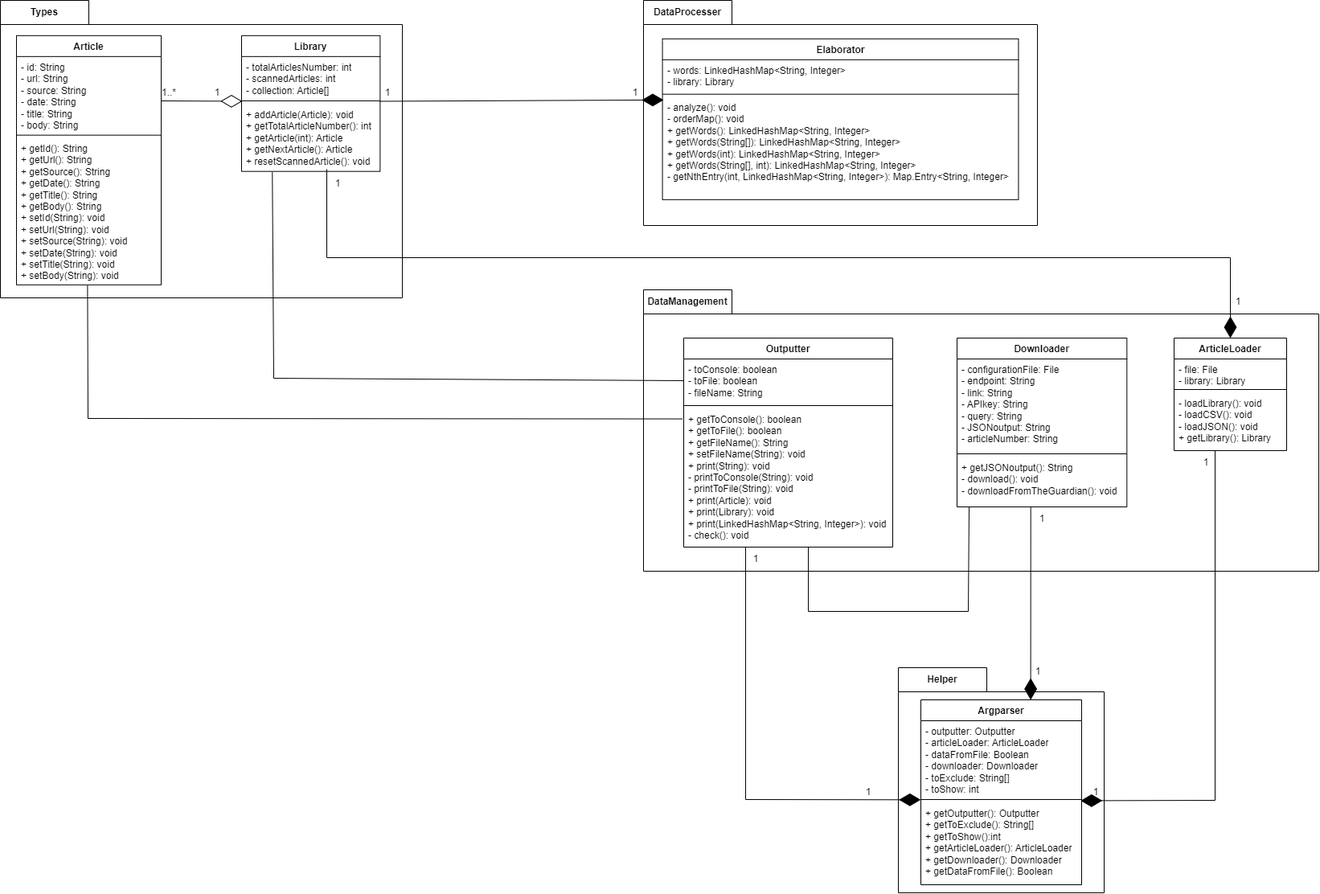
Before: src/site/UML/DesignModel.drawio.png, a diagram exported from draw.io (Magform/articleAnalyzer). Source tidied: cells renumbered, new cells last; positions are measured from the earlier drawing's top-left corner, leaving out a move shared by most shapes.
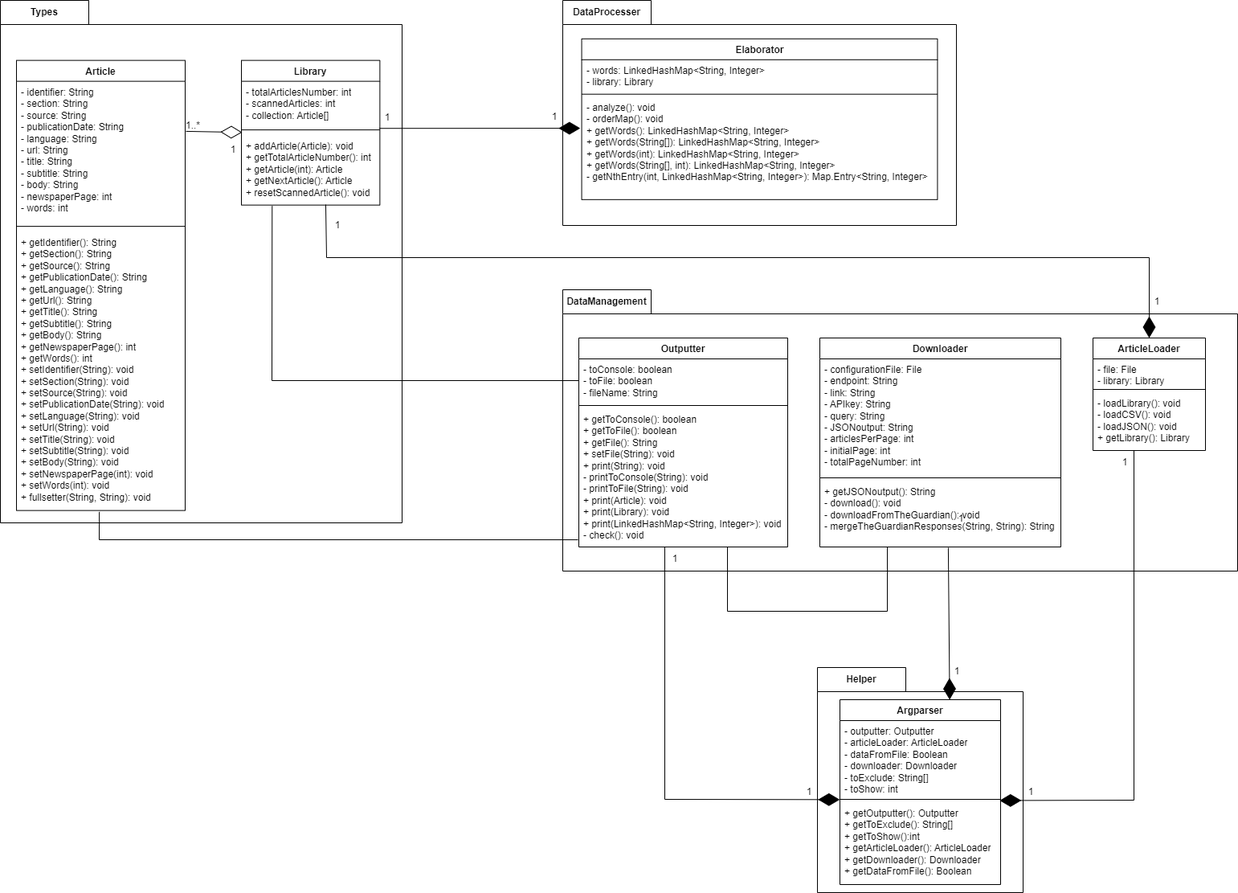
Later version of the same file.

Diff of the diagram source:
```diff
@@ -3,53 +3,51 @@
     <mxCell id="0" />
     <mxCell id="1" parent="0" />
     <mxCell id="2" value="Types" style="shape=folder;fontStyle=1;tabWidth=110;tabHeight=30;tabPosition=left;html=1;boundedLbl=1;labelInHeader=1;whiteSpace=wrap;" parent="1" vertex="1">
-      <mxGeometry width="500" height="370" as="geometry" />
+      <mxGeometry x="100" width="500" height="650" as="geometry" />
     </mxCell>
     <mxCell id="3" style="html=1;strokeColor=none;fillColor=none;whiteSpace=wrap;" parent="2" vertex="1">
-      <mxGeometry width="500" height="35.72" relative="1" as="geometry">
+      <mxGeometry width="500" height="60.83" relative="1" as="geometry">
         <mxPoint y="30" as="offset" />
       </mxGeometry>
     </mxCell>
     <mxCell id="4" value="Article" style="swimlane;fontStyle=1;align=center;verticalAlign=top;horizontal=1;startSize=26;whiteSpace=wrap;html=1;" parent="2" vertex="1">
-      <mxGeometry x="20" y="43.8" width="180" height="310" as="geometry" />
+      <mxGeometry x="20" y="74.6" width="210" height="560" as="geometry" />
     </mxCell>
-    <mxCell id="5" value="- id: String&lt;br&gt;- url: String&lt;br&gt;- source: String&lt;br&gt;- date: String&lt;br&gt;- title: String&lt;br&gt;- body: String" style="text;strokeColor=none;fillColor=none;align=left;verticalAlign=top;spacingLeft=4;spacingRight=4;overflow=hidden;points=[[0,0.5],[1,0.5]];portConstraint=eastwest;whiteSpace=wrap;html=1;" parent="4" vertex="1">
-      <mxGeometry y="26" width="180" height="94" as="geometry" />
+    <mxCell id="5" value="- identifier: String&lt;br&gt;- section: String&lt;br&gt;- source: String&lt;br&gt;- publicationDate: String&lt;br&gt;- language: String&lt;br&gt;- url: String&lt;br&gt;- title: String&lt;br&gt;- subtitle: String&lt;br&gt;- body: String&lt;br&gt;- newspaperPage: int&lt;br&gt;- words: int" style="text;strokeColor=none;fillColor=none;align=left;verticalAlign=top;spacingLeft=4;spacingRight=4;overflow=hidden;points=[[0,0.5],[1,0.5]];portConstraint=eastwest;whiteSpace=wrap;html=1;" parent="4" vertex="1">
+      <mxGeometry y="26" width="210" height="174" as="geometry" />
     </mxCell>
     <mxCell id="6" style="line;strokeWidth=1;fillColor=none;align=left;verticalAlign=middle;spacingTop=-1;spacingLeft=3;spacingRight=3;labelPosition=right;strokeColor=inherit;" parent="4" vertex="1">
-      <mxGeometry y="120" width="180" height="7.6" as="geometry" />
+      <mxGeometry y="200" width="210" height="12.9" as="geometry" />
     </mxCell>
-    <mxCell id="7" value="+ getId(): String&lt;br&gt;+&amp;nbsp;getUrl(): String&lt;br&gt;+&amp;nbsp;getSource(): String&lt;br&gt;+ getDate(): String&lt;br&gt;+&amp;nbsp;getTitle(): String&lt;br style=&quot;border-color: var(--border-color);&quot;&gt;+ getBody(): String&lt;br&gt;+ setId(String): void&lt;br style=&quot;border-color: var(--border-color);&quot;&gt;+&amp;nbsp;setUrl(String): void&lt;br&gt;+&amp;nbsp;setSource(String): void&lt;br&gt;+ setDate(String): void&lt;br&gt;+&amp;nbsp;setTitle(String): void&lt;br style=&quot;border-color: var(--border-color);&quot;&gt;+&amp;nbsp;setBody(String): void&lt;br&gt;" style="text;strokeColor=none;fillColor=none;align=left;verticalAlign=top;spacingLeft=4;spacingRight=4;overflow=hidden;points=[[0,0.5],[1,0.5]];portConstraint=eastwest;whiteSpace=wrap;html=1;" parent="4" vertex="1">
-      <mxGeometry y="127.6" width="180" height="182.4" as="geometry" />
+    <mxCell id="7" value="+ getIdentifier(): String&lt;br&gt;+ getSection(): String&lt;br&gt;+&amp;nbsp;getSource(): String&lt;br&gt;+ getPublicationDate(): String&lt;br style=&quot;border-color: var(--border-color);&quot;&gt;+ getLanguage(): String&lt;br&gt;+&amp;nbsp;getUrl(): String&lt;br&gt;+&amp;nbsp;getTitle(): String&lt;br&gt;+&amp;nbsp;getSubtitle(): String&lt;br style=&quot;border-color: var(--border-color);&quot;&gt;+ getBody(): String&lt;br&gt;+ getNewspaperPage(): int&lt;br&gt;+ getWords(): int&lt;br&gt;+ setIdentifier(String): void&lt;br&gt;+ setSection(String): void&lt;br style=&quot;border-color: var(--border-color);&quot;&gt;+&amp;nbsp;setSource(String): void&lt;br&gt;+ setPublicationDate(String): void&lt;br&gt;+ setLanguage(String): void&lt;br&gt;+&amp;nbsp;setUrl(String): void&lt;br&gt;+&amp;nbsp;setTitle(String): void&lt;br&gt;+&amp;nbsp;setSubtitle(String): void&lt;br style=&quot;border-color: var(--border-color);&quot;&gt;+&amp;nbsp;setBody(String): void&lt;br&gt;+ setNewspaperPage(int): void&lt;br&gt;+ setWords(int): void&lt;br&gt;+ fullsetter(String, String): void" style="text;strokeColor=none;fillColor=none;align=left;verticalAlign=top;spacingLeft=4;spacingRight=4;overflow=hidden;points=[[0,0.5],[1,0.5]];portConstraint=eastwest;whiteSpace=wrap;html=1;" parent="4" vertex="1">
+      <mxGeometry y="212.9" width="210" height="347.1" as="geometry" />
     </mxCell>
     <mxCell id="8" value="Library" style="swimlane;fontStyle=1;align=center;verticalAlign=top;horizontal=1;startSize=26;whiteSpace=wrap;html=1;" parent="2" vertex="1">
-      <mxGeometry x="300" y="43.8" width="172.4" height="168.9" as="geometry" />
+      <mxGeometry x="300" y="74.6" width="172.4" height="180" as="geometry" />
     </mxCell>
     <mxCell id="9" value="- totalArticlesNumber: int&lt;br&gt;- scannedArticles: int&lt;br&gt;- collection: Article[]" style="text;strokeColor=none;fillColor=none;align=left;verticalAlign=top;spacingLeft=4;spacingRight=4;overflow=hidden;points=[[0,0.5],[1,0.5]];portConstraint=eastwest;whiteSpace=wrap;html=1;" parent="8" vertex="1">
-      <mxGeometry y="26" width="172.4" height="51.3" as="geometry" />
+      <mxGeometry y="26" width="172.4" height="54" as="geometry" />
     </mxCell>
     <mxCell id="10" style="line;strokeWidth=1;fillColor=none;align=left;verticalAlign=middle;spacingTop=-1;spacingLeft=3;spacingRight=3;labelPosition=right;strokeColor=inherit;" parent="8" vertex="1">
-      <mxGeometry y="77.3" width="172.4" height="7.6" as="geometry" />
+      <mxGeometry y="80" width="172.4" height="12.9" as="geometry" />
     </mxCell>
     <mxCell id="11" value="+ addArticle(Article): void&lt;br&gt;+ getTotalArticleNumber(): int&lt;br&gt;+ getArticle(int): Article&lt;br&gt;+ getNextArticle(): Article&lt;br&gt;+ resetScannedArticle(): void" style="text;strokeColor=none;fillColor=none;align=left;verticalAlign=top;spacingLeft=4;spacingRight=4;overflow=hidden;points=[[0,0.5],[1,0.5]];portConstraint=eastwest;whiteSpace=wrap;html=1;" parent="8" vertex="1">
-      <mxGeometry y="84.9" width="172.4" height="83.9" as="geometry" />
+      <mxGeometry y="92.9" width="172.4" height="87.1" as="geometry" />
     </mxCell>
-    <mxCell id="12" style="endArrow=diamondThin;endFill=0;endSize=24;html=1;rounded=0;entryX=0.005;entryY=-0.039;entryDx=0;entryDy=0;entryPerimeter=0;" parent="2" edge="1" target="11">
-      <mxGeometry relative="1" as="geometry">
-        <mxPoint x="200" y="125" as="sourcePoint" />
-      </mxGeometry>
+    <mxCell id="12" style="endArrow=diamondThin;endFill=0;endSize=24;html=1;rounded=0;entryX=0.005;entryY=-0.039;entryDx=0;entryDy=0;entryPerimeter=0;exitX=1.005;exitY=0.358;exitDx=0;exitDy=0;exitPerimeter=0;" parent="2" edge="1" source="5" target="11">
+      <mxGeometry relative="1" as="geometry" />
     </mxCell>
     <mxCell id="13" value="1..*" style="text;html=1;strokeColor=none;fillColor=none;align=center;verticalAlign=middle;whiteSpace=wrap;rounded=0;" parent="2" vertex="1">
-      <mxGeometry x="200" y="100" width="20" height="30" as="geometry" />
+      <mxGeometry x="230" y="130" width="20" height="51.1" as="geometry" />
     </mxCell>
     <mxCell id="14" value="1" style="text;html=1;strokeColor=none;fillColor=none;align=center;verticalAlign=middle;whiteSpace=wrap;rounded=0;" parent="2" vertex="1">
-      <mxGeometry x="260" y="100" width="20" height="30" as="geometry" />
+      <mxGeometry x="280" y="160" width="20" height="51.1" as="geometry" />
     </mxCell>
     <mxCell id="15" value="1" style="text;html=1;strokeColor=none;fillColor=none;align=center;verticalAlign=middle;whiteSpace=wrap;rounded=0;" parent="2" vertex="1">
-      <mxGeometry x="410" y="212.7" width="20" height="30" as="geometry" />
+      <mxGeometry x="410" y="254.6" width="20" height="51.1" as="geometry" />
     </mxCell>
     <mxCell id="16" value="1" style="text;html=1;strokeColor=none;fillColor=none;align=center;verticalAlign=middle;whiteSpace=wrap;rounded=0;" parent="2" vertex="1">
-      <mxGeometry x="472.4" y="100" width="20" height="30" as="geometry" />
+      <mxGeometry x="472.4" y="120" width="20" height="51.1" as="geometry" />
     </mxCell>
     <mxCell id="17" value="DataProcesser" style="shape=folder;fontStyle=1;tabWidth=110;tabHeight=30;tabPosition=left;html=1;boundedLbl=1;labelInHeader=1;whiteSpace=wrap;" parent="1" vertex="1">
       <mxGeometry x="800" width="490" height="280" as="geometry" />
@@ -80,7 +78,7 @@
       </mxGeometry>
     </mxCell>
     <mxCell id="25" value="Outputter" style="swimlane;fontStyle=1;align=center;verticalAlign=top;horizontal=1;startSize=26;whiteSpace=wrap;html=1;" parent="23" vertex="1">
-      <mxGeometry x="50" y="60" width="260" height="260" as="geometry" />
+      <mxGeometry x="20" y="60" width="260" height="260" as="geometry" />
     </mxCell>
     <mxCell id="26" value="- toConsole: boolean&lt;br&gt;- toFile: boolean&lt;br&gt;- fileName: String" style="text;strokeColor=none;fillColor=none;align=left;verticalAlign=top;spacingLeft=4;spacingRight=4;overflow=hidden;points=[[0,0.5],[1,0.5]];portConstraint=eastwest;whiteSpace=wrap;html=1;" parent="25" vertex="1">
       <mxGeometry y="26" width="260" height="54" as="geometry" />
@@ -88,20 +86,20 @@
     <mxCell id="27" style="line;strokeWidth=1;fillColor=none;align=left;verticalAlign=middle;spacingTop=-1;spacingLeft=3;spacingRight=3;labelPosition=right;strokeColor=inherit;" parent="25" vertex="1">
       <mxGeometry y="80" width="260" height="8" as="geometry" />
     </mxCell>
-    <mxCell id="28" value="+ getToConsole(): boolean&lt;br style=&quot;border-color: var(--border-color);&quot;&gt;+ getToFile(): boolean&lt;br&gt;+ getFileName(): String&lt;br&gt;+ setFileName(String): void&lt;br&gt;+ print(String): void&lt;br&gt;- printToConsole(String): void&lt;br&gt;- printToFile(String): void&lt;br&gt;+ print(Article): void&lt;br&gt;+ print(Library): void&lt;br&gt;+ print(LinkedHashMap&amp;lt;String, Integer&amp;gt;): void&lt;br&gt;- check(): void" style="text;strokeColor=none;fillColor=none;align=left;verticalAlign=top;spacingLeft=4;spacingRight=4;overflow=hidden;points=[[0,0.5],[1,0.5]];portConstraint=eastwest;whiteSpace=wrap;html=1;" parent="25" vertex="1">
+    <mxCell id="28" value="+ getToConsole(): boolean&lt;br style=&quot;border-color: var(--border-color);&quot;&gt;+ getToFile(): boolean&lt;br&gt;+ getFile(): String&lt;br&gt;+ setFile(String): void&lt;br&gt;+ print(String): void&lt;br&gt;- printToConsole(String): void&lt;br&gt;- printToFile(String): void&lt;br&gt;+ print(Article): void&lt;br&gt;+ print(Library): void&lt;br&gt;+ print(LinkedHashMap&amp;lt;String, Integer&amp;gt;): void&lt;br&gt;- check(): void" style="text;strokeColor=none;fillColor=none;align=left;verticalAlign=top;spacingLeft=4;spacingRight=4;overflow=hidden;points=[[0,0.5],[1,0.5]];portConstraint=eastwest;whiteSpace=wrap;html=1;" parent="25" vertex="1">
       <mxGeometry y="88" width="260" height="172" as="geometry" />
     </mxCell>
     <mxCell id="29" value="Downloader" style="swimlane;fontStyle=1;align=center;verticalAlign=top;horizontal=1;startSize=26;whiteSpace=wrap;html=1;" parent="23" vertex="1">
-      <mxGeometry x="390" y="60" width="211.3" height="210" as="geometry" />
+      <mxGeometry x="320" y="60" width="300" height="260" as="geometry" />
     </mxCell>
-    <mxCell id="30" value="- configurationFile: File&lt;br&gt;- endpoint: String&lt;br&gt;- link: String&lt;br&gt;- APIkey: String&lt;br&gt;- query: String&lt;br&gt;- JSONoutput: String&lt;br&gt;- articleNumber: String" style="text;strokeColor=none;fillColor=none;align=left;verticalAlign=top;spacingLeft=4;spacingRight=4;overflow=hidden;whiteSpace=wrap;html=1;" parent="29" vertex="1">
-      <mxGeometry y="26" width="211.3" height="114" as="geometry" />
+    <mxCell id="30" value="- configurationFile: File&lt;br&gt;- endpoint: String&lt;br&gt;- link: String&lt;br&gt;- APIkey: String&lt;br&gt;- query: String&lt;br&gt;- JSONoutput: String&lt;br&gt;- articlesPerPage: int&lt;br&gt;- initialPage: int&lt;br&gt;- totalPageNumber: int" style="text;strokeColor=none;fillColor=none;align=left;verticalAlign=top;spacingLeft=4;spacingRight=4;overflow=hidden;whiteSpace=wrap;html=1;" parent="29" vertex="1">
+      <mxGeometry y="26" width="300" height="144" as="geometry" />
     </mxCell>
     <mxCell id="31" style="line;strokeWidth=1;fillColor=none;align=left;verticalAlign=middle;spacingTop=-1;spacingLeft=3;spacingRight=3;labelPosition=right;strokeColor=inherit;" parent="29" vertex="1">
-      <mxGeometry y="140" width="211.3" height="8" as="geometry" />
+      <mxGeometry y="170" width="300" height="8" as="geometry" />
     </mxCell>
-    <mxCell id="32" value="+ getJSONoutput(): String&lt;br&gt;- download(): void&lt;br&gt;-&amp;nbsp;downloadFromTheGuardian(): void" style="text;strokeColor=none;fillColor=none;align=left;verticalAlign=top;spacingLeft=4;spacingRight=4;overflow=hidden;points=[[0,0.5],[1,0.5]];portConstraint=eastwest;whiteSpace=wrap;html=1;" parent="29" vertex="1">
-      <mxGeometry y="148" width="211.3" height="62" as="geometry" />
+    <mxCell id="32" value="+ getJSONoutput(): String&lt;br&gt;- download(): void&lt;br&gt;-&amp;nbsp;downloadFromTheGuardian(): void&lt;br&gt;-&amp;nbsp;mergeTheGuardianResponses(String, String): String" style="text;strokeColor=none;fillColor=none;align=left;verticalAlign=top;spacingLeft=4;spacingRight=4;overflow=hidden;points=[[0,0.5],[1,0.5]];portConstraint=eastwest;whiteSpace=wrap;html=1;" parent="29" vertex="1">
+      <mxGeometry y="178" width="300" height="82" as="geometry" />
     </mxCell>
     <mxCell id="33" value="ArticleLoader" style="swimlane;fontStyle=1;align=center;verticalAlign=top;horizontal=1;startSize=26;whiteSpace=wrap;html=1;" parent="23" vertex="1">
       <mxGeometry x="660" y="60" width="140" height="140" as="geometry" />
@@ -115,9 +113,10 @@
     <mxCell id="36" value="- loadLibrary(): void&lt;br&gt;- loadCSV(): void&lt;br&gt;- loadJSON(): void&lt;br&gt;+ getLibrary(): Library" style="text;strokeColor=none;fillColor=none;align=left;verticalAlign=top;spacingLeft=4;spacingRight=4;overflow=hidden;whiteSpace=wrap;html=1;" parent="33" vertex="1">
       <mxGeometry y="68" width="140" height="72" as="geometry" />
     </mxCell>
-    <mxCell id="37" style="endArrow=none;html=1;rounded=0;entryX=0.071;entryY=1.008;entryDx=0;entryDy=0;entryPerimeter=0;" parent="23" edge="1" target="32">
+    <mxCell id="37" style="endArrow=none;html=1;rounded=0;" parent="23" edge="1">
       <mxGeometry relative="1" as="geometry">
         <mxPoint x="205" y="320" as="sourcePoint" />
+        <mxPoint x="404" y="320" as="targetPoint" />
         <Array as="points">
           <mxPoint x="205" y="400" />
           <mxPoint x="404" y="400" />
@@ -159,13 +158,13 @@
     <mxCell id="48" value="1" style="text;html=1;strokeColor=none;fillColor=none;align=center;verticalAlign=middle;whiteSpace=wrap;rounded=0;" parent="42" vertex="1">
       <mxGeometry x="164" y="-10" width="20" height="30" as="geometry" />
     </mxCell>
-    <mxCell id="49" style="endArrow=diamondThin;endFill=1;endSize=24;html=1;rounded=0;exitX=0.996;exitY=1.085;exitDx=0;exitDy=0;exitPerimeter=0;entryX=0.003;entryY=0.028;entryDx=0;entryDy=0;entryPerimeter=0;" parent="1" edge="1" source="9" target="22">
+    <mxCell id="49" style="endArrow=diamondThin;endFill=1;endSize=24;html=1;rounded=0;exitX=0.996;exitY=1.085;exitDx=0;exitDy=0;exitPerimeter=0;entryX=-0.004;entryY=0.304;entryDx=0;entryDy=0;entryPerimeter=0;" parent="1" edge="1" source="9" target="22">
       <mxGeometry relative="1" as="geometry" />
     </mxCell>
-    <mxCell id="50" style="endArrow=diamondThin;endFill=1;endSize=24;html=1;rounded=0;entryX=0.5;entryY=0;entryDx=0;entryDy=0;exitX=0.615;exitY=0.968;exitDx=0;exitDy=0;exitPerimeter=0;" parent="1" edge="1" source="11" target="33">
+    <mxCell id="50" style="endArrow=diamondThin;endFill=1;endSize=24;html=1;rounded=0;entryX=0.5;entryY=0;entryDx=0;entryDy=0;exitX=0.609;exitY=0.993;exitDx=0;exitDy=0;exitPerimeter=0;" parent="1" edge="1" source="11" target="33">
       <mxGeometry relative="1" as="geometry">
         <Array as="points">
-          <mxPoint x="406" y="320" />
+          <mxPoint x="506" y="320" />
           <mxPoint x="1530" y="320" />
         </Array>
       </mxGeometry>
@@ -186,31 +185,31 @@
         </Array>
       </mxGeometry>
     </mxCell>
-    <mxCell id="53" style="endArrow=diamondThin;endFill=1;endSize=24;html=1;rounded=0;entryX=0.683;entryY=0;entryDx=0;entryDy=0;entryPerimeter=0;exitX=0.434;exitY=1.008;exitDx=0;exitDy=0;exitPerimeter=0;" parent="1" edge="1" source="32" target="44">
+    <mxCell id="53" style="endArrow=diamondThin;endFill=1;endSize=24;html=1;rounded=0;entryX=0.683;entryY=0;entryDx=0;entryDy=0;entryPerimeter=0;exitX=0.533;exitY=1.012;exitDx=0;exitDy=0;exitPerimeter=0;" parent="1" edge="1" source="32" target="44">
       <mxGeometry relative="1" as="geometry" />
     </mxCell>
     <mxCell id="54" style="endArrow=none;html=1;rounded=0;entryX=0;entryY=0.5;entryDx=0;entryDy=0;exitX=0.222;exitY=1.014;exitDx=0;exitDy=0;exitPerimeter=0;" parent="1" edge="1" source="11" target="26">
       <mxGeometry relative="1" as="geometry">
         <Array as="points">
-          <mxPoint x="340" y="470" />
+          <mxPoint x="438" y="473" />
         </Array>
       </mxGeometry>
     </mxCell>
-    <mxCell id="55" style="endArrow=none;html=1;rounded=0;exitX=0.491;exitY=1.005;exitDx=0;exitDy=0;exitPerimeter=0;entryX=-0.006;entryY=0.073;entryDx=0;entryDy=0;entryPerimeter=0;" parent="1" edge="1" source="7" target="28">
+    <mxCell id="55" style="endArrow=none;html=1;rounded=0;exitX=0.491;exitY=1.005;exitDx=0;exitDy=0;exitPerimeter=0;entryX=-0.004;entryY=0.948;entryDx=0;entryDy=0;entryPerimeter=0;" parent="1" edge="1" source="7" target="28">
       <mxGeometry relative="1" as="geometry">
         <Array as="points">
-          <mxPoint x="109" y="520" />
+          <mxPoint x="223" y="671" />
         </Array>
       </mxGeometry>
     </mxCell>
     <mxCell id="56" value="1" style="text;html=1;strokeColor=none;fillColor=none;align=center;verticalAlign=middle;whiteSpace=wrap;rounded=0;" parent="1" vertex="1">
-      <mxGeometry x="780" y="100" width="20" height="30" as="geometry" />
+      <mxGeometry x="780" y="130" width="20" height="30" as="geometry" />
     </mxCell>
     <mxCell id="57" value="1" style="text;html=1;strokeColor=none;fillColor=none;align=center;verticalAlign=middle;whiteSpace=wrap;rounded=0;" parent="1" vertex="1">
-      <mxGeometry x="1070" y="970" width="20" height="30" as="geometry" />
+      <mxGeometry x="1097" y="970" width="20" height="30" as="geometry" />
     </mxCell>
     <mxCell id="58" value="1" style="text;html=1;strokeColor=none;fillColor=none;align=center;verticalAlign=middle;whiteSpace=wrap;rounded=0;" parent="1" vertex="1">
-      <mxGeometry x="1353" y="970" width="20" height="30" as="geometry" />
+      <mxGeometry x="1373" y="970" width="20" height="30" as="geometry" />
     </mxCell>
   </root>
 </mxGraphModel>
```
